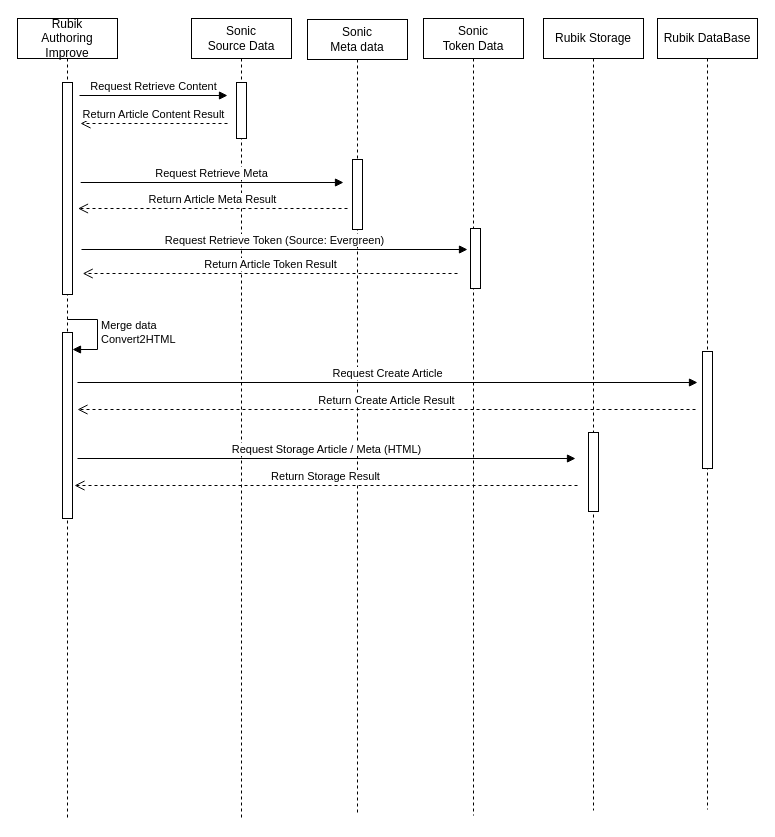
Earlier version of the draw.io diagram page "Page-15" (15 of 16) of 2.drawio (hy986/Repo_0110). Source tidied: cells renumbered, new cells numbered last; positions are measured from the earlier drawing's top-left corner, leaving out a move shared by most shapes. Both pictures are drawn from the tidied source at 100%, with x=0, y=0 at pixel (17, 18).
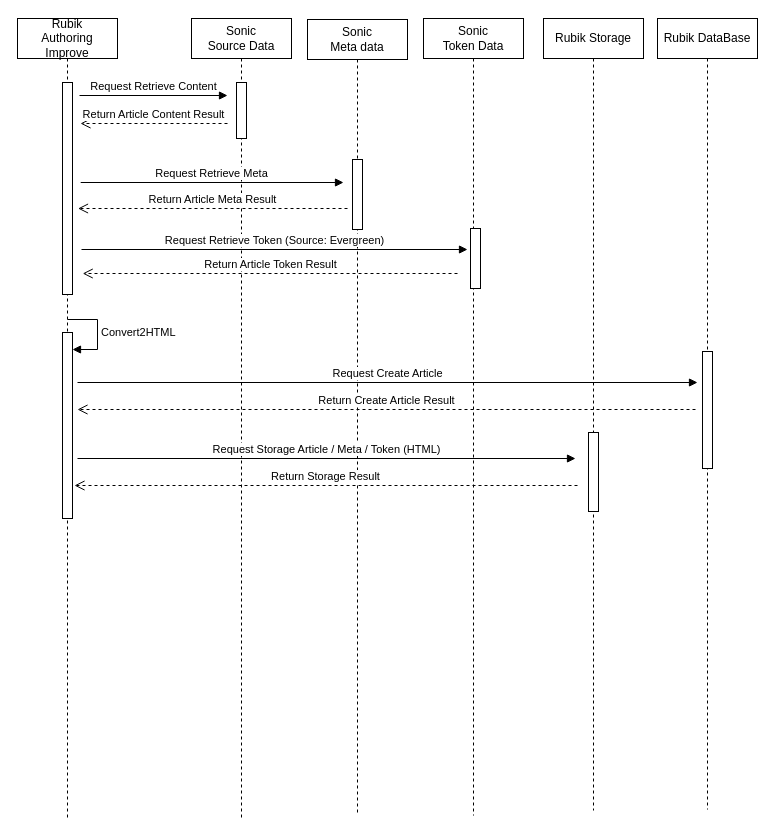
After the change.

Unchanged cells that the change refers to:
```xml
<mxCell id="2" value="Rubik&lt;br&gt;Authoring Improve" style="shape=umlLifeline;perimeter=lifelinePerimeter;whiteSpace=wrap;html=1;newEdgeStyle={&quot;edgeStyle&quot;:&quot;elbowEdgeStyle&quot;,&quot;elbow&quot;:&quot;vertical&quot;,&quot;curved&quot;:0,&quot;rounded&quot;:0};" parent="1" vertex="1">
  <mxGeometry width="100" height="801" as="geometry" />
</mxCell>
```

Diff of the diagram source:
```diff
@@
-    <mxCell id="5" value="Merge data&lt;br&gt;Convert2HTML" style="html=1;align=left;spacingLeft=2;endArrow=block;rounded=0;edgeStyle=orthogonalEdgeStyle;curved=0;rounded=0;" parent="2" edge="1">
+    <mxCell id="5" value="Convert2HTML" style="html=1;align=left;spacingLeft=2;endArrow=block;rounded=0;edgeStyle=orthogonalEdgeStyle;curved=0;rounded=0;" parent="2" edge="1">
       <mxGeometry x="0.01" relative="1" as="geometry">
         <mxPoint x="50" y="301" as="sourcePoint" />
         <mxPoint x="55" y="331" as="targetPoint" />
         <Array as="points">
           <mxPoint x="80" y="301" />
           <mxPoint x="80" y="331" />
         </Array>
       </mxGeometry>
     </mxCell>
@@
-    <mxCell id="24" value="Request Storage Article / Meta (HTML)" style="html=1;verticalAlign=bottom;endArrow=block;curved=0;rounded=0;" parent="1" edge="1">
+    <mxCell id="24" value="Request Storage Article / Meta / Token (HTML)" style="html=1;verticalAlign=bottom;endArrow=block;curved=0;rounded=0;" parent="1" edge="1">
       <mxGeometry relative="1" as="geometry">
         <mxPoint x="60" y="440" as="sourcePoint" />
         <mxPoint x="558" y="440" as="targetPoint" />
       </mxGeometry>
     </mxCell>
```
